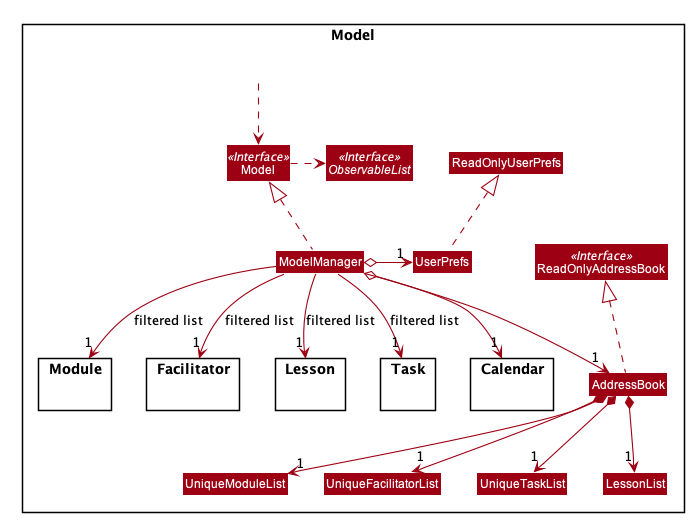
Before: docs/images/ModelClassDiagram.png, a diagram exported from PlantUML (zixinn/main).
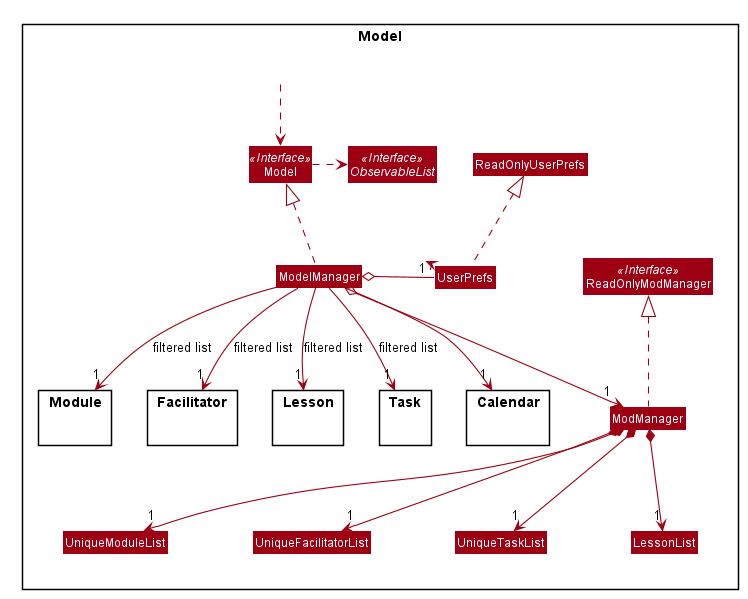
The same file after the commit.

What changed in the source:
```diff
@@ -52,11 +52,11 @@
 skinparam classBackgroundColor #9D0012
 
 Package Model <<Rectangle>>{
-Interface ReadOnlyAddressBook <<Interface>>
+Interface ReadOnlyModManager <<Interface>>
 Interface Model <<Interface>>
 Interface ObservableList <<Interface>>
-Class AddressBook
-Class ReadOnlyAddressBook
+Class ModManager
+Class ReadOnlyModManager
 Class Model
 Class ModelManager
 Class UserPrefs
@@ -80,18 +80,18 @@
 Class HiddenOutside #FFFFFF
 HiddenOutside ..> Model
 
-AddressBook .up.|> ReadOnlyAddressBook
+ModManager .up.|> ReadOnlyModManager
 
 ModelManager .up.|> Model
 Model .right.> ObservableList
-ModelManager o--> "1" AddressBook
+ModelManager o--> "1" ModManager
 ModelManager o-left-> "1" UserPrefs
 UserPrefs .up.|> ReadOnlyUserPrefs
 
-AddressBook *--> "1" UniqueModuleList
-AddressBook *--> "1" UniqueFacilitatorList
-AddressBook *--> "1" UniqueTaskList
-AddressBook *--> "1" LessonList
+ModManager *--> "1" UniqueModuleList
+ModManager *--> "1" UniqueFacilitatorList
+ModManager *--> "1" UniqueTaskList
+ModManager *--> "1" LessonList
 
 ModelManager -->"1" Calendar
 ModelManager -->"1" Module : filtered list
```
